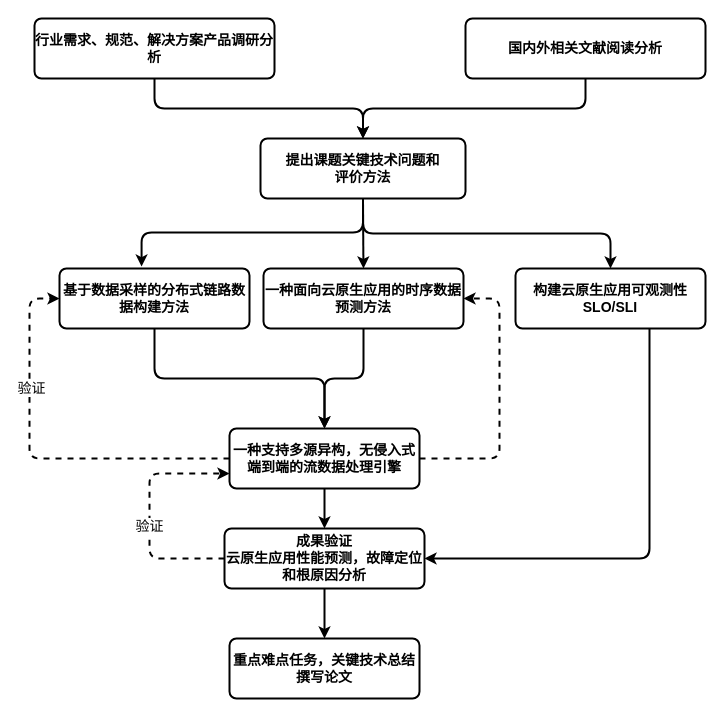
The draw.io diagram page "课题设计方案2.0" (8 of 10) of shrine-doc/论文相关.drawio in easefulfil/CLOUDCARE, before the edit. Source tidied: cells renumbered, new cells numbered last; positions are measured from the earlier drawing's top-left corner, leaving out a move shared by most shapes. Both pictures are drawn from the tidied source at 100%, with x=0, y=0 at pixel (29, 18).
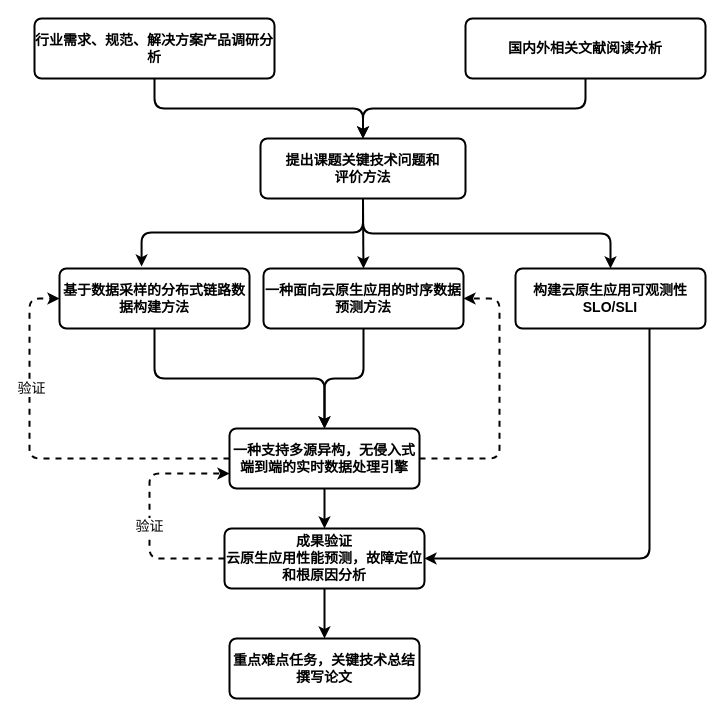
The same page after the edit.

The edit, as a diff of the source:
```diff
@@
-    <mxCell id="16" value="&lt;span style=&quot;text-align: start; font-size: 14px; font-family: 仿宋_GB2312;&quot; lang=&quot;ZH&quot;&gt;一种&lt;/span&gt;&lt;span style=&quot;text-align: start; font-size: 14px; font-family: 仿宋_GB2312;&quot;&gt;支持多源异构，无侵入式端到端&lt;/span&gt;&lt;span style=&quot;text-align: start; font-size: 14px; font-family: 仿宋_GB2312;&quot; lang=&quot;ZH&quot;&gt;的&lt;/span&gt;&lt;span style=&quot;text-align: start; font-size: 14px; font-family: 仿宋_GB2312;&quot;&gt;流数据处理引擎&lt;/span&gt;&lt;span style=&quot;font-size: 14px; text-align: start;&quot;&gt;&lt;/span&gt;" style="rounded=1;whiteSpace=wrap;html=1;absoluteArcSize=1;arcSize=14;strokeWidth=2;fontSize=14;fontStyle=1;" parent="1" vertex="1">
+    <mxCell id="16" value="&lt;span style=&quot;text-align: start; font-size: 14px; font-family: 仿宋_GB2312;&quot; lang=&quot;ZH&quot;&gt;一种&lt;/span&gt;&lt;span style=&quot;text-align: start; font-size: 14px; font-family: 仿宋_GB2312;&quot;&gt;支持多源异构，无侵入式端到端&lt;/span&gt;&lt;span style=&quot;text-align: start; font-size: 14px; font-family: 仿宋_GB2312;&quot; lang=&quot;ZH&quot;&gt;的实时&lt;/span&gt;&lt;span style=&quot;text-align: start; font-size: 14px; font-family: 仿宋_GB2312;&quot;&gt;数据处理引擎&lt;/span&gt;&lt;span style=&quot;font-size: 14px; text-align: start;&quot;&gt;&lt;/span&gt;" style="rounded=1;whiteSpace=wrap;html=1;absoluteArcSize=1;arcSize=14;strokeWidth=2;fontSize=14;fontStyle=1;" parent="1" vertex="1">
       <mxGeometry x="200" y="410" width="190" height="60" as="geometry" />
     </mxCell>
```
